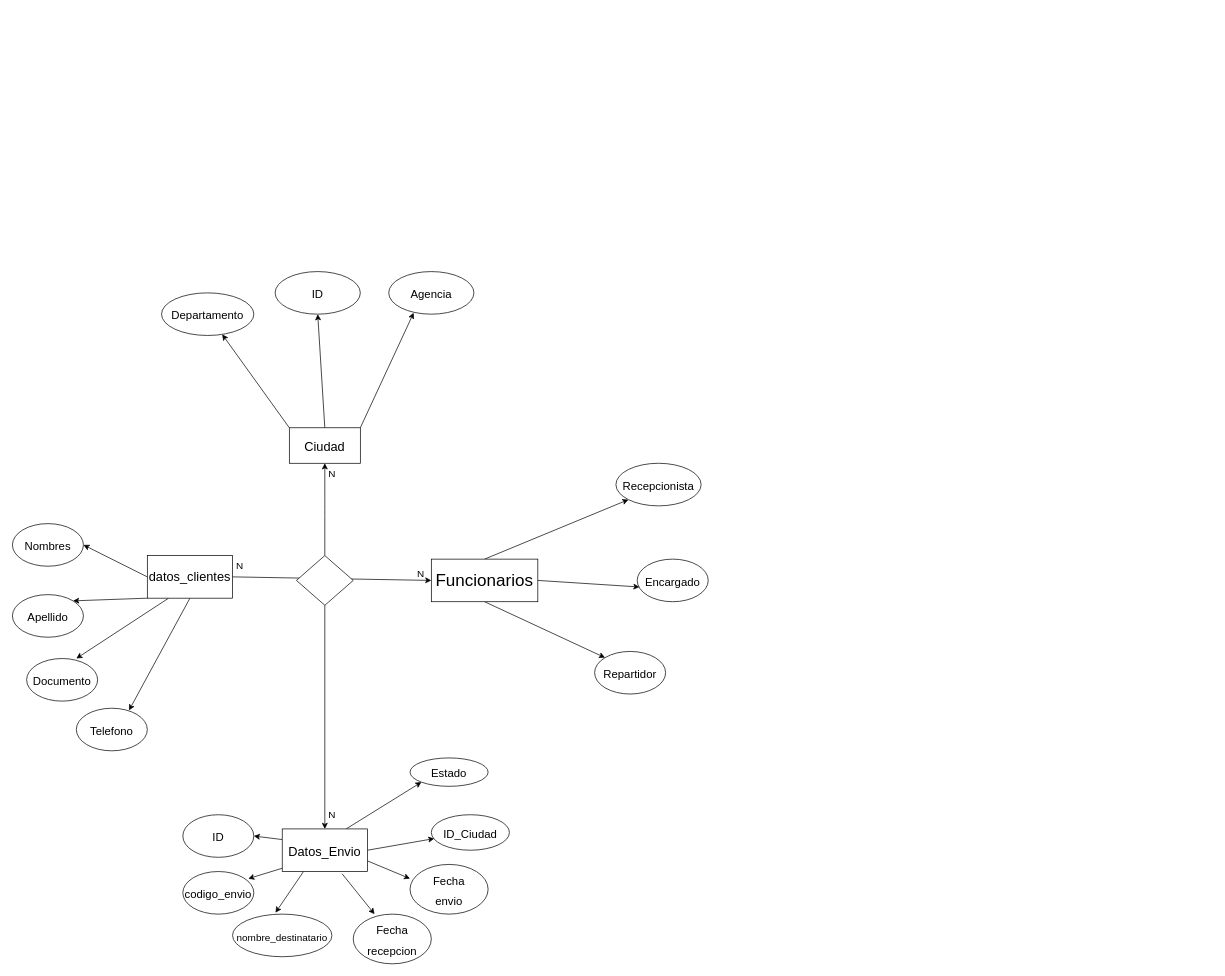
Above: Mer_V3.drawio in mateovillaa11/Proyecto_FindeA-o (draw.io), before the change. Source tidied: cells renumbered, new cells numbered last; positions are measured from the earlier drawing's top-left corner, leaving out a move shared by most shapes. Both pictures are drawn from the tidied source at 71%, with x=0, y=0 at pixel (12, 271).
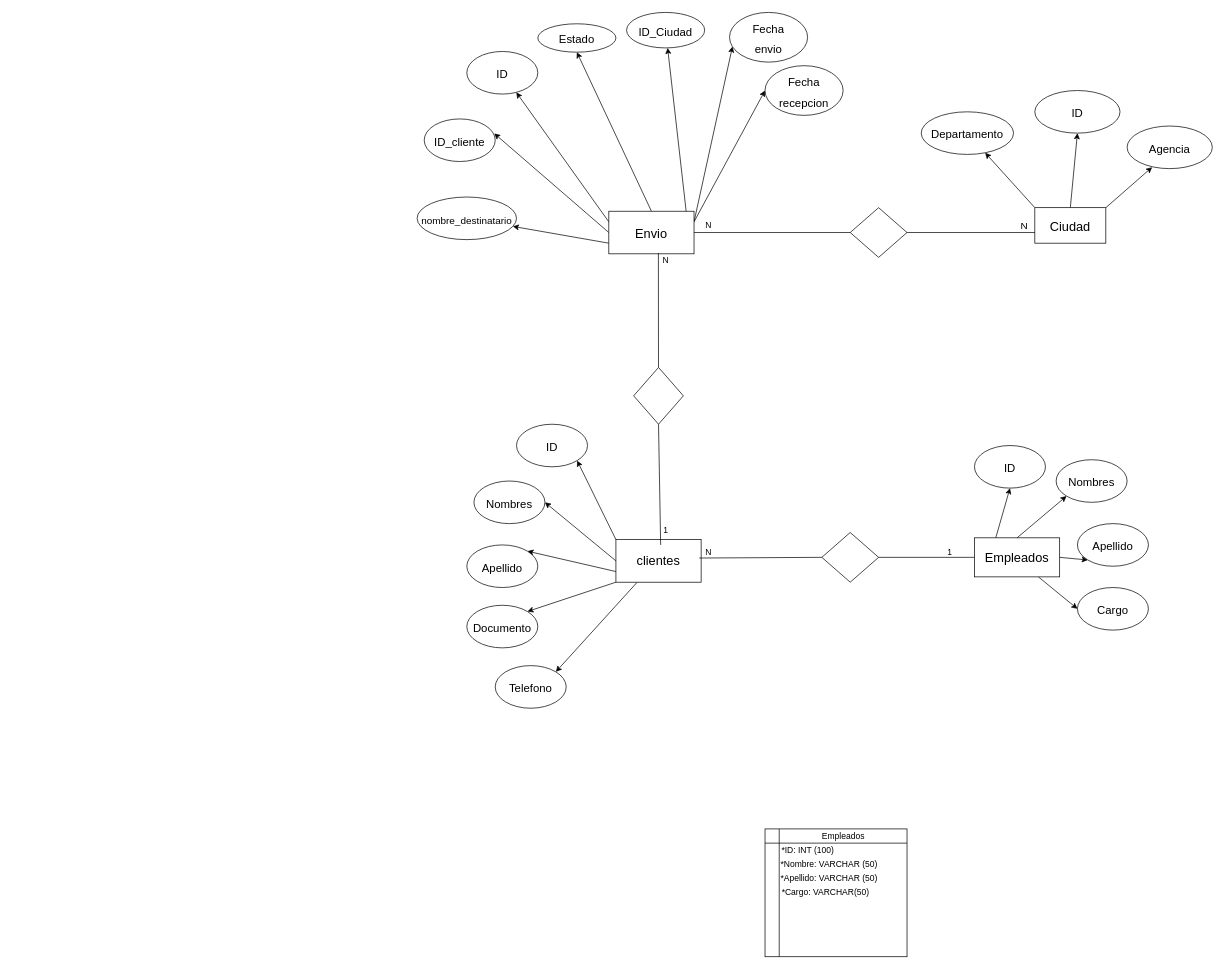
Above is the later version.

The edit, as a diff of the source:
```diff
@@
-    <mxCell id="3" style="edgeStyle=none;html=1;exitX=0;exitY=1;exitDx=0;exitDy=0;fontSize=24;entryX=1;entryY=0;entryDx=0;entryDy=0;" parent="1" edge="1" source="7" target="16">
+    <mxCell id="3" style="edgeStyle=none;html=1;exitX=0;exitY=0.75;exitDx=0;exitDy=0;fontSize=24;entryX=1;entryY=0;entryDx=0;entryDy=0;" parent="1" edge="1" source="7" target="16">
       <mxGeometry relative="1" as="geometry" />
     </mxCell>
-    <mxCell id="4" style="edgeStyle=none;html=1;exitX=0.25;exitY=1;exitDx=0;exitDy=0;fontSize=24;entryX=0.7;entryY=0;entryDx=0;entryDy=0;entryPerimeter=0;" parent="1" edge="1" source="7" target="17">
+    <mxCell id="4" style="edgeStyle=none;html=1;exitX=0;exitY=1;exitDx=0;exitDy=0;fontSize=24;entryX=1;entryY=0;entryDx=0;entryDy=0;" parent="1" edge="1" source="7" target="17">
       <mxGeometry relative="1" as="geometry" />
     </mxCell>
-    <mxCell id="5" style="edgeStyle=none;html=1;exitX=0.5;exitY=1;exitDx=0;exitDy=0;fontSize=16;entryX=0.742;entryY=0.051;entryDx=0;entryDy=0;entryPerimeter=0;" parent="1" edge="1" source="7" target="26">
+    <mxCell id="5" style="edgeStyle=none;html=1;exitX=0.25;exitY=1;exitDx=0;exitDy=0;fontSize=16;entryX=1;entryY=0;entryDx=0;entryDy=0;" parent="1" edge="1" source="7" target="26">
       <mxGeometry relative="1" as="geometry" />
     </mxCell>
-    <mxCell id="6" style="edgeStyle=none;html=1;exitX=1;exitY=0.5;exitDx=0;exitDy=0;entryX=0;entryY=0.5;entryDx=0;entryDy=0;fontSize=14;" parent="1" edge="1" source="7" target="11">
-      <mxGeometry relative="1" as="geometry" />
-    </mxCell>
+    <mxCell id="48" style="edgeStyle=none;html=1;exitX=0;exitY=0;exitDx=0;exitDy=0;entryX=1;entryY=1;entryDx=0;entryDy=0;" parent="1" edge="1" source="7" target="65">
+      <mxGeometry relative="1" as="geometry" />
+    </mxCell>
-    <mxCell id="7" value="&lt;font style=&quot;font-size: 18px&quot;&gt;datos_clientes&lt;/font&gt;" style="rounded=0;whiteSpace=wrap;html=1;" parent="1" vertex="1">
-      <mxGeometry x="190" y="400" width="120" height="60" as="geometry" />
+    <mxCell id="7" value="&lt;font style=&quot;font-size: 18px&quot;&gt;clientes&lt;/font&gt;" style="rounded=0;whiteSpace=wrap;html=1;" parent="1" vertex="1">
+      <mxGeometry x="850" y="377.5" width="120" height="60" as="geometry" />
     </mxCell>
-    <mxCell id="8" style="edgeStyle=none;html=1;exitX=0.5;exitY=1;exitDx=0;exitDy=0;fontSize=24;entryX=0;entryY=0;entryDx=0;entryDy=0;" parent="1" edge="1" source="11" target="12">
-      <mxGeometry relative="1" as="geometry" />
-    </mxCell>
-    <mxCell id="9" style="edgeStyle=none;html=1;exitX=1;exitY=0.5;exitDx=0;exitDy=0;fontSize=24;entryX=0.032;entryY=0.654;entryDx=0;entryDy=0;entryPerimeter=0;" parent="1" edge="1" source="11" target="13">
-      <mxGeometry relative="1" as="geometry" />
-    </mxCell>
-    <mxCell id="10" style="edgeStyle=none;html=1;exitX=0.5;exitY=0;exitDx=0;exitDy=0;fontSize=24;entryX=0;entryY=1;entryDx=0;entryDy=0;" parent="1" edge="1" source="11" target="14">
-      <mxGeometry relative="1" as="geometry" />
-    </mxCell>
-    <mxCell id="11" value="&lt;span style=&quot;font-size: 24px&quot;&gt;Funcionarios&lt;/span&gt;" style="rounded=0;whiteSpace=wrap;html=1;" parent="1" vertex="1">
-      <mxGeometry x="590" y="405" width="150" height="60" as="geometry" />
-    </mxCell>
-    <mxCell id="12" value="&lt;font size=&quot;3&quot;&gt;Repartidor&lt;/font&gt;" style="ellipse;whiteSpace=wrap;html=1;fontSize=24;" parent="1" vertex="1">
-      <mxGeometry x="820" y="535" width="100" height="60" as="geometry" />
-    </mxCell>
-    <mxCell id="13" value="&lt;font size=&quot;3&quot;&gt;Encargado&lt;/font&gt;" style="ellipse;whiteSpace=wrap;html=1;fontSize=24;" parent="1" vertex="1">
-      <mxGeometry x="880" y="405" width="100" height="60" as="geometry" />
-    </mxCell>
-    <mxCell id="14" value="&lt;p&gt;&lt;font size=&quot;3&quot;&gt;Recepcionista&lt;/font&gt;&lt;/p&gt;" style="ellipse;whiteSpace=wrap;html=1;fontSize=24;" parent="1" vertex="1">
-      <mxGeometry x="850" y="270" width="120" height="60" as="geometry" />
-    </mxCell>
     <mxCell id="15" value="&lt;font size=&quot;3&quot;&gt;Nombres&lt;/font&gt;" style="ellipse;whiteSpace=wrap;html=1;fontSize=24;" parent="1" vertex="1">
-      <mxGeometry y="355" width="100" height="60" as="geometry" />
+      <mxGeometry x="650" y="295" width="100" height="60" as="geometry" />
     </mxCell>
     <mxCell id="16" value="&lt;span style=&quot;font-size: 16px&quot;&gt;Apellido&lt;/span&gt;" style="ellipse;whiteSpace=wrap;html=1;fontSize=24;" parent="1" vertex="1">
-      <mxGeometry y="455" width="100" height="60" as="geometry" />
+      <mxGeometry x="640" y="385" width="100" height="60" as="geometry" />
     </mxCell>
     <mxCell id="17" value="&lt;span style=&quot;font-size: 16px&quot;&gt;Documento&lt;/span&gt;" style="ellipse;whiteSpace=wrap;html=1;fontSize=24;" parent="1" vertex="1">
-      <mxGeometry x="20" y="545" width="100" height="60" as="geometry" />
+      <mxGeometry x="640" y="470" width="100" height="60" as="geometry" />
     </mxCell>
-    <mxCell id="18" style="edgeStyle=none;html=1;exitX=0;exitY=0.25;exitDx=0;exitDy=0;entryX=1;entryY=0.5;entryDx=0;entryDy=0;fontSize=16;" parent="1" edge="1" source="25" target="27">
+    <mxCell id="18" style="edgeStyle=none;html=1;exitX=0;exitY=0.25;exitDx=0;exitDy=0;fontSize=16;" parent="1" edge="1" source="25" target="27">
       <mxGeometry relative="1" as="geometry" />
     </mxCell>
-    <mxCell id="19" style="edgeStyle=none;html=1;exitX=0.01;exitY=0.917;exitDx=0;exitDy=0;fontSize=16;entryX=0.922;entryY=0.167;entryDx=0;entryDy=0;exitPerimeter=0;entryPerimeter=0;" parent="1" edge="1" source="25" target="28">
-      <mxGeometry relative="1" as="geometry" />
-    </mxCell>
-    <mxCell id="20" style="edgeStyle=none;html=1;exitX=0.25;exitY=1;exitDx=0;exitDy=0;fontSize=16;entryX=0.432;entryY=-0.033;entryDx=0;entryDy=0;entryPerimeter=0;" parent="1" edge="1" source="25" target="29">
+    <mxCell id="20" style="edgeStyle=none;html=1;exitX=0;exitY=0.75;exitDx=0;exitDy=0;fontSize=16;" parent="1" edge="1" source="25" target="29">
       <mxGeometry relative="1" as="geometry" />
     </mxCell>
-    <mxCell id="21" style="edgeStyle=none;html=1;exitX=0.702;exitY=1.051;exitDx=0;exitDy=0;fontSize=14;entryX=0.273;entryY=0;entryDx=0;entryDy=0;entryPerimeter=0;exitPerimeter=0;" parent="1" edge="1" source="25" target="30">
+    <mxCell id="21" style="edgeStyle=none;html=1;exitX=1;exitY=0.25;exitDx=0;exitDy=0;fontSize=14;entryX=0;entryY=0.5;entryDx=0;entryDy=0;" parent="1" edge="1" source="25" target="30">
       <mxGeometry relative="1" as="geometry" />
     </mxCell>
-    <mxCell id="22" style="edgeStyle=none;html=1;exitX=1;exitY=0.75;exitDx=0;exitDy=0;fontSize=14;entryX=0;entryY=0.286;entryDx=0;entryDy=0;entryPerimeter=0;" parent="1" edge="1" source="25" target="31">
+    <mxCell id="22" style="edgeStyle=none;html=1;exitX=1;exitY=0.25;exitDx=0;exitDy=0;fontSize=14;entryX=0.038;entryY=0.686;entryDx=0;entryDy=0;entryPerimeter=0;" parent="1" edge="1" source="25" target="31">
       <mxGeometry relative="1" as="geometry" />
     </mxCell>
-    <mxCell id="23" style="edgeStyle=none;html=1;exitX=1;exitY=0.5;exitDx=0;exitDy=0;fontSize=14;entryX=0.038;entryY=0.672;entryDx=0;entryDy=0;entryPerimeter=0;" parent="1" edge="1" source="25" target="32">
+    <mxCell id="23" style="edgeStyle=none;html=1;exitX=0.917;exitY=0.167;exitDx=0;exitDy=0;fontSize=14;exitPerimeter=0;" parent="1" edge="1" source="25" target="32">
       <mxGeometry relative="1" as="geometry" />
     </mxCell>
+    <mxCell id="49" style="edgeStyle=none;html=1;exitX=0;exitY=0.5;exitDx=0;exitDy=0;entryX=0.986;entryY=0.341;entryDx=0;entryDy=0;entryPerimeter=0;" parent="1" edge="1" source="25" target="64">
+      <mxGeometry relative="1" as="geometry" />
+    </mxCell>
-    <mxCell id="24" style="edgeStyle=none;html=1;exitX=0.75;exitY=0;exitDx=0;exitDy=0;fontSize=14;entryX=0;entryY=1;entryDx=0;entryDy=0;" parent="1" edge="1" source="25" target="43">
+    <mxCell id="24" style="edgeStyle=none;html=1;exitX=0.5;exitY=0;exitDx=0;exitDy=0;entryX=0.5;entryY=1;entryDx=0;entryDy=0;" parent="1" edge="1" source="25" target="43">
       <mxGeometry relative="1" as="geometry" />
     </mxCell>
-    <mxCell id="25" value="&lt;font style=&quot;font-size: 18px&quot;&gt;Datos_Envio&lt;/font&gt;" style="rounded=0;whiteSpace=wrap;html=1;fontSize=24;" parent="1" vertex="1">
-      <mxGeometry x="380" y="785" width="120" height="60" as="geometry" />
+    <mxCell id="25" value="&lt;span style=&quot;font-size: 18px&quot;&gt;Envio&lt;/span&gt;" style="rounded=0;whiteSpace=wrap;html=1;fontSize=24;" parent="1" vertex="1">
+      <mxGeometry x="840" y="-85" width="120" height="60" as="geometry" />
     </mxCell>
     <mxCell id="26" value="&lt;span style=&quot;font-size: 16px&quot;&gt;Telefono&lt;/span&gt;" style="ellipse;whiteSpace=wrap;html=1;fontSize=24;" parent="1" vertex="1">
-      <mxGeometry x="90" y="615" width="100" height="60" as="geometry" />
+      <mxGeometry x="680" y="555" width="100" height="60" as="geometry" />
     </mxCell>
     <mxCell id="27" value="&lt;span style=&quot;font-size: 16px&quot;&gt;ID&lt;/span&gt;" style="ellipse;whiteSpace=wrap;html=1;fontSize=24;" parent="1" vertex="1">
-      <mxGeometry x="240" y="765" width="100" height="60" as="geometry" />
+      <mxGeometry x="640" y="-310" width="100" height="60" as="geometry" />
     </mxCell>
-    <mxCell id="28" value="&lt;span style=&quot;font-size: 16px&quot;&gt;codigo_envio&lt;/span&gt;" style="ellipse;whiteSpace=wrap;html=1;fontSize=24;" parent="1" vertex="1">
-      <mxGeometry x="240" y="845" width="100" height="60" as="geometry" />
-    </mxCell>
     <mxCell id="29" value="&lt;font style=&quot;font-size: 14px&quot;&gt;nombre_destinatario&lt;/font&gt;" style="ellipse;whiteSpace=wrap;html=1;fontSize=24;" parent="1" vertex="1">
-      <mxGeometry x="310" y="905" width="140" height="60" as="geometry" />
+      <mxGeometry x="570" y="-105" width="140" height="60" as="geometry" />
     </mxCell>
     <mxCell id="30" value="&lt;span style=&quot;font-size: 16px&quot;&gt;Fecha&lt;br&gt;recepcion&lt;br&gt;&lt;/span&gt;" style="ellipse;whiteSpace=wrap;html=1;fontSize=24;" parent="1" vertex="1">
-      <mxGeometry x="480" y="905" width="110" height="70" as="geometry" />
+      <mxGeometry x="1060" y="-290" width="110" height="70" as="geometry" />
     </mxCell>
     <mxCell id="31" value="&lt;span style=&quot;font-size: 16px&quot;&gt;Fecha&lt;br&gt;envio&lt;br&gt;&lt;/span&gt;" style="ellipse;whiteSpace=wrap;html=1;fontSize=24;" parent="1" vertex="1">
-      <mxGeometry x="560" y="835" width="110" height="70" as="geometry" />
+      <mxGeometry x="1010" y="-365" width="110" height="70" as="geometry" />
     </mxCell>
     <mxCell id="32" value="&lt;span style=&quot;font-size: 16px&quot;&gt;ID_Ciudad&lt;br&gt;&lt;/span&gt;" style="ellipse;whiteSpace=wrap;html=1;fontSize=24;" parent="1" vertex="1">
-      <mxGeometry x="590" y="765" width="110" height="50" as="geometry" />
+      <mxGeometry x="865" y="-365" width="110" height="50" as="geometry" />
     </mxCell>
@@
     <mxCell id="36" value="&lt;span style=&quot;font-size: 18px&quot;&gt;Ciudad&lt;/span&gt;" style="rounded=0;whiteSpace=wrap;html=1;fontSize=24;" parent="1" vertex="1">
-      <mxGeometry x="390" y="220" width="100" height="50" as="geometry" />
+      <mxGeometry x="1440" y="-90" width="100" height="50" as="geometry" />
     </mxCell>
     <mxCell id="37" value="&lt;p&gt;&lt;font size=&quot;3&quot;&gt;Departamento&lt;/font&gt;&lt;/p&gt;" style="ellipse;whiteSpace=wrap;html=1;fontSize=24;" parent="1" vertex="1">
-      <mxGeometry x="210" y="30" width="130" height="60" as="geometry" />
+      <mxGeometry x="1280" y="-225" width="130" height="60" as="geometry" />
     </mxCell>
     <mxCell id="38" value="&lt;p&gt;&lt;font size=&quot;3&quot;&gt;ID&lt;/font&gt;&lt;/p&gt;" style="ellipse;whiteSpace=wrap;html=1;fontSize=24;" parent="1" vertex="1">
-      <mxGeometry x="370" width="120" height="60" as="geometry" />
+      <mxGeometry x="1440" y="-255" width="120" height="60" as="geometry" />
     </mxCell>
     <mxCell id="39" value="&lt;font size=&quot;3&quot;&gt;Agencia&lt;/font&gt;" style="ellipse;whiteSpace=wrap;html=1;fontSize=24;" parent="1" vertex="1">
-      <mxGeometry x="530" width="120" height="60" as="geometry" />
+      <mxGeometry x="1570" y="-205" width="120" height="60" as="geometry" />
     </mxCell>
-    <mxCell id="40" style="edgeStyle=none;html=1;fontSize=14;entryX=0.5;entryY=0;entryDx=0;entryDy=0;entryPerimeter=0;exitX=0.5;exitY=1;exitDx=0;exitDy=0;" parent="1" edge="1" source="42" target="25">
-      <mxGeometry relative="1" as="geometry" />
-    </mxCell>
-    <mxCell id="41" style="edgeStyle=none;html=1;exitX=0.5;exitY=0;exitDx=0;exitDy=0;entryX=0.5;entryY=1;entryDx=0;entryDy=0;fontSize=14;" parent="1" edge="1" source="42" target="36">
-      <mxGeometry relative="1" as="geometry">
-        <Array as="points">
-          <mxPoint x="440" y="335" />
-        </Array>
-      </mxGeometry>
-    </mxCell>
-    <mxCell id="42" style="rhombus;whiteSpace=wrap;html=1;fontSize=14;" parent="1" vertex="1">
-      <mxGeometry x="400" y="400" width="80" height="70" as="geometry" />
-    </mxCell>
     <mxCell id="43" value="&lt;span style=&quot;font-size: 16px&quot;&gt;Estado&lt;br&gt;&lt;/span&gt;" style="ellipse;whiteSpace=wrap;html=1;fontSize=24;" parent="1" vertex="1">
-      <mxGeometry x="560" y="685" width="110" height="40" as="geometry" />
+      <mxGeometry x="740" y="-349" width="110" height="40" as="geometry" />
     </mxCell>
-    <mxCell id="44" value="N" style="text;html=1;align=center;verticalAlign=middle;strokeColor=none;fillColor=none;fontSize=14;" parent="1" vertex="1">
-      <mxGeometry x="305" y="405" width="30" height="20" as="geometry" />
-    </mxCell>
-    <mxCell id="45" value="N" style="text;html=1;align=center;verticalAlign=middle;strokeColor=none;fillColor=none;fontSize=14;" parent="1" vertex="1">
-      <mxGeometry x="560" y="415" width="30" height="20" as="geometry" />
-    </mxCell>
     <mxCell id="46" value="N" style="text;html=1;align=center;verticalAlign=middle;strokeColor=none;fillColor=none;fontSize=14;" parent="1" vertex="1">
-      <mxGeometry x="435" y="275" width="30" height="20" as="geometry" />
+      <mxGeometry x="1410" y="-75" width="30" height="20" as="geometry" />
     </mxCell>
-    <mxCell id="47" value="N" style="text;html=1;align=center;verticalAlign=middle;strokeColor=none;fillColor=none;fontSize=14;" parent="1" vertex="1">
-      <mxGeometry x="435" y="755" width="30" height="20" as="geometry" />
-    </mxCell>
+    <mxCell id="50" style="endArrow=none;html=1;entryX=-0.129;entryY=0.922;entryDx=0;entryDy=0;exitX=0;exitY=0.5;exitDx=0;exitDy=0;startArrow=none;entryPerimeter=0;" parent="1" edge="1" source="51" target="54">
+      <mxGeometry relative="1" as="geometry" />
+    </mxCell>
+    <mxCell id="51" style="rhombus;whiteSpace=wrap;html=1;fontSize=14;" parent="1" vertex="1">
+      <mxGeometry x="1140" y="367.5" width="80" height="70" as="geometry" />
+    </mxCell>
+    <mxCell id="52" style="endArrow=none;html=1;entryX=1;entryY=0.5;entryDx=0;entryDy=0;exitX=0;exitY=0.5;exitDx=0;exitDy=0;" parent="1" edge="1" source="59" target="51">
+      <mxGeometry relative="1" as="geometry" />
+    </mxCell>
+    <mxCell id="53" value="1" style="text;html=1;align=center;verticalAlign=middle;strokeColor=none;fillColor=none;" parent="1" vertex="1">
+      <mxGeometry x="1310" y="385" width="20" height="20" as="geometry" />
+    </mxCell>
+    <mxCell id="54" value="N" style="text;html=1;align=center;verticalAlign=middle;points=[];strokeColor=none;fillColor=none;" parent="1" vertex="1">
+      <mxGeometry x="970" y="385" width="20" height="20" as="geometry" />
+    </mxCell>
+    <mxCell id="55" style="edgeStyle=none;html=1;exitX=0.5;exitY=0;exitDx=0;exitDy=0;entryX=0;entryY=1;entryDx=0;entryDy=0;" parent="1" edge="1" source="59" target="60">
+      <mxGeometry relative="1" as="geometry" />
+    </mxCell>
+    <mxCell id="56" style="edgeStyle=none;html=1;exitX=1;exitY=0.5;exitDx=0;exitDy=0;entryX=0;entryY=1;entryDx=0;entryDy=0;" parent="1" edge="1" source="59" target="61">
+      <mxGeometry relative="1" as="geometry" />
+    </mxCell>
+    <mxCell id="57" style="edgeStyle=none;html=1;exitX=0.75;exitY=1;exitDx=0;exitDy=0;entryX=0;entryY=0.5;entryDx=0;entryDy=0;" parent="1" edge="1" source="59" target="62">
+      <mxGeometry relative="1" as="geometry" />
+    </mxCell>
+    <mxCell id="58" style="edgeStyle=none;html=1;exitX=0.25;exitY=0;exitDx=0;exitDy=0;entryX=0.5;entryY=1;entryDx=0;entryDy=0;" parent="1" edge="1" source="59" target="63">
+      <mxGeometry relative="1" as="geometry" />
+    </mxCell>
+    <mxCell id="59" value="&lt;span style=&quot;font-size: 18px&quot;&gt;Empleados&lt;/span&gt;" style="rounded=0;whiteSpace=wrap;html=1;" parent="1" vertex="1">
+      <mxGeometry x="1355" y="375" width="120" height="55" as="geometry" />
+    </mxCell>
+    <mxCell id="60" value="&lt;font size=&quot;3&quot;&gt;Nombres&lt;/font&gt;" style="ellipse;whiteSpace=wrap;html=1;fontSize=24;" parent="1" vertex="1">
+      <mxGeometry x="1470" y="265" width="100" height="60" as="geometry" />
+    </mxCell>
+    <mxCell id="61" value="&lt;span style=&quot;font-size: 16px&quot;&gt;Apellido&lt;/span&gt;" style="ellipse;whiteSpace=wrap;html=1;fontSize=24;" parent="1" vertex="1">
+      <mxGeometry x="1500" y="355" width="100" height="60" as="geometry" />
+    </mxCell>
+    <mxCell id="62" value="&lt;span style=&quot;font-size: 16px&quot;&gt;Cargo&lt;/span&gt;" style="ellipse;whiteSpace=wrap;html=1;fontSize=24;" parent="1" vertex="1">
+      <mxGeometry x="1500" y="445" width="100" height="60" as="geometry" />
+    </mxCell>
+    <mxCell id="63" value="&lt;font size=&quot;3&quot;&gt;ID&lt;/font&gt;" style="ellipse;whiteSpace=wrap;html=1;fontSize=24;" parent="1" vertex="1">
+      <mxGeometry x="1355" y="245" width="100" height="60" as="geometry" />
+    </mxCell>
+    <mxCell id="64" value="&lt;span style=&quot;font-size: 16px&quot;&gt;ID_cliente&lt;/span&gt;" style="ellipse;whiteSpace=wrap;html=1;fontSize=24;" parent="1" vertex="1">
+      <mxGeometry x="580" y="-215" width="100" height="60" as="geometry" />
+    </mxCell>
+    <mxCell id="65" value="&lt;font size=&quot;3&quot;&gt;ID&lt;/font&gt;" style="ellipse;whiteSpace=wrap;html=1;fontSize=24;" parent="1" vertex="1">
+      <mxGeometry x="710" y="215" width="100" height="60" as="geometry" />
+    </mxCell>
+    <mxCell id="66" value="N" style="text;html=1;align=center;verticalAlign=middle;points=[];strokeColor=none;fillColor=none;" parent="1" vertex="1">
+      <mxGeometry x="910" y="-25" width="20" height="20" as="geometry" />
+    </mxCell>
+    <mxCell id="67" style="rhombus;whiteSpace=wrap;html=1;fontSize=14;" parent="1" vertex="1">
+      <mxGeometry x="1180" y="-90" width="80" height="70" as="geometry" />
+    </mxCell>
+    <mxCell id="68" style="edgeStyle=none;html=1;exitX=1;exitY=0.5;exitDx=0;exitDy=0;entryX=0;entryY=0.5;entryDx=0;entryDy=0;endArrow=none;" parent="1" edge="1" source="25" target="67">
+      <mxGeometry relative="1" as="geometry" />
+    </mxCell>
+    <mxCell id="69" value="N" style="text;html=1;align=center;verticalAlign=middle;strokeColor=none;fillColor=none;" parent="1" vertex="1">
+      <mxGeometry x="970" y="-75" width="20" height="20" as="geometry" />
+    </mxCell>
+    <mxCell id="70" style="endArrow=none;html=1;entryX=-0.009;entryY=-0.058;entryDx=0;entryDy=0;entryPerimeter=0;startArrow=none;" parent="1" edge="1" source="72" target="66">
+      <mxGeometry relative="1" as="geometry" />
+    </mxCell>
+    <mxCell id="71" style="endArrow=none;html=1;exitX=1;exitY=0.5;exitDx=0;exitDy=0;" parent="1" edge="1" source="67">
+      <mxGeometry relative="1" as="geometry">
+        <mxPoint x="1440" y="-55" as="targetPoint" />
+      </mxGeometry>
+    </mxCell>
+    <mxCell id="72" style="rhombus;whiteSpace=wrap;html=1;fontSize=14;direction=north;rotation=-180;" parent="1" vertex="1">
+      <mxGeometry x="875" y="135" width="70" height="80" as="geometry" />
+    </mxCell>
+    <mxCell id="73" style="endArrow=none;html=1;entryX=1;entryY=0.5;entryDx=0;entryDy=0;" parent="1" edge="1" target="72">
+      <mxGeometry relative="1" as="geometry">
+        <mxPoint x="913" y="385" as="sourcePoint" />
+      </mxGeometry>
+    </mxCell>
+    <mxCell id="74" style="shape=internalStorage;whiteSpace=wrap;html=1;backgroundOutline=1;" parent="1" vertex="1">
+      <mxGeometry x="1060" y="785" width="200" height="180" as="geometry" />
+    </mxCell>
+    <mxCell id="75" value="Empleados" style="text;html=1;align=center;verticalAlign=middle;strokeColor=none;fillColor=none;" parent="1" vertex="1">
+      <mxGeometry x="1130" y="785" width="80" height="20" as="geometry" />
+    </mxCell>
+    <mxCell id="76" value="*ID: INT (100)" style="text;html=1;align=center;verticalAlign=middle;strokeColor=none;fillColor=none;" parent="1" vertex="1">
+      <mxGeometry x="1075" y="805" width="90" height="20" as="geometry" />
+    </mxCell>
+    <mxCell id="77" value="*Nombre: VARCHAR (50)" style="text;html=1;align=center;verticalAlign=middle;strokeColor=none;fillColor=none;" parent="1" vertex="1">
+      <mxGeometry x="1075" y="825" width="150" height="20" as="geometry" />
+    </mxCell>
+    <mxCell id="78" value="*Apellido: VARCHAR (50)" style="text;html=1;align=center;verticalAlign=middle;strokeColor=none;fillColor=none;" parent="1" vertex="1">
+      <mxGeometry x="1075" y="845" width="150" height="20" as="geometry" />
+    </mxCell>
+    <mxCell id="79" value="*Cargo: VARCHAR(50)" style="text;html=1;align=center;verticalAlign=middle;strokeColor=none;fillColor=none;" parent="1" vertex="1">
+      <mxGeometry x="1075" y="865" width="140" height="20" as="geometry" />
+    </mxCell>
+    <mxCell id="80" value="1" style="text;html=1;align=center;verticalAlign=middle;strokeColor=none;fillColor=none;" parent="1" vertex="1">
+      <mxGeometry x="910" y="355" width="20" height="20" as="geometry" />
+    </mxCell>
```
